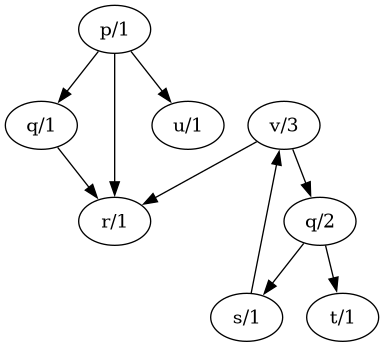
This is files/graph.png from Eurico-M/pl26, a Graphviz export, as it was before one commit. Its source is kept beside it as files/graph.dot. The source it was exported from:
```dot
digraph Calls {
  "p/1";
  "q/1";
  "q/2";
  "r/1";
  "s/1";
  "u/1";
  "v/3";
  "p/1" -> "q/1";
  "p/1" -> "r/1";
  "p/1" -> "u/1";
  "q/1" -> "r/1";
  "q/2" -> "s/1";
  "q/2" -> "t/1";
  "s/1" -> "v/3";
  "v/3" -> "r/1";
  "v/3" -> "q/2";
}
```
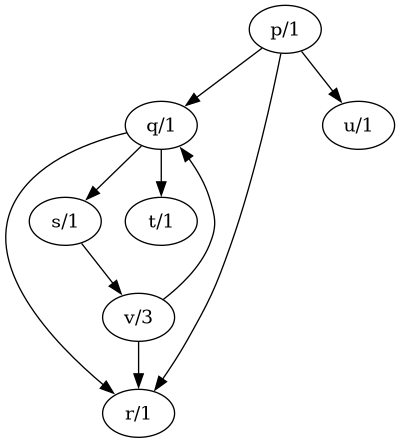
The same file after the commit.

The edit, as a diff of the source:
```diff
@@ -1,7 +1,6 @@
 digraph Calls {
   "p/1";
   "q/1";
-  "q/2";
   "r/1";
   "s/1";
   "u/1";
@@ -10,9 +9,9 @@
   "p/1" -> "r/1";
   "p/1" -> "u/1";
   "q/1" -> "r/1";
-  "q/2" -> "s/1";
-  "q/2" -> "t/1";
+  "q/1" -> "s/1";
+  "q/1" -> "t/1";
   "s/1" -> "v/3";
   "v/3" -> "r/1";
-  "v/3" -> "q/2";
+  "v/3" -> "q/1";
 }
```
